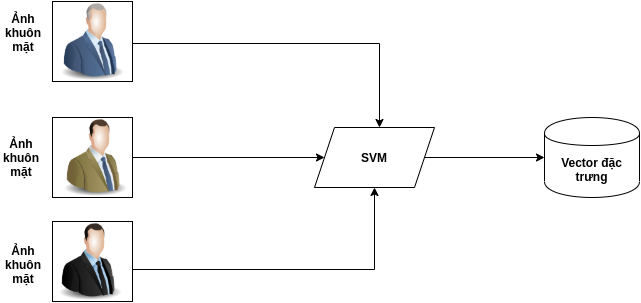
Linhnef/pythonProject keeps this draw.io diagram as SVM_al.png. Above is the earlier version. Source tidied: cells renumbered, new cells last; positions are measured from the earlier drawing's top-left corner, leaving out a move shared by most shapes.
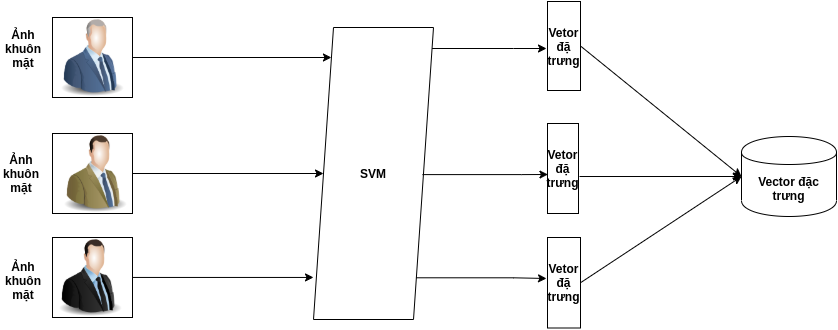
After the commit.

Change to the diagram source:
```diff
@@ -11,12 +11,8 @@
     <mxCell id="4" style="image;html=1;image=img/lib/clip_art/people/Suit_Man_Blue_128x128.png;" parent="1" vertex="1">
       <mxGeometry x="51" width="80" height="80" as="geometry" />
     </mxCell>
-    <mxCell id="5" style="edgeStyle=orthogonalEdgeStyle;rounded=0;jettySize=auto;html=1;entryX=0.5;entryY=1;entryDx=0;entryDy=0;" parent="1" edge="1" source="6" target="12">
-      <mxGeometry relative="1" as="geometry">
-        <Array as="points">
-          <mxPoint x="373" y="268" />
-        </Array>
-      </mxGeometry>
+    <mxCell id="5" style="edgeStyle=orthogonalEdgeStyle;rounded=0;jettySize=auto;html=1;entryX=0;entryY=0.856;entryDx=0;entryDy=0;entryPerimeter=0;" parent="1" edge="1" source="6" target="12">
+      <mxGeometry relative="1" as="geometry" />
     </mxCell>
     <mxCell id="6" style="whiteSpace=wrap;html=1;fillColor=none;" parent="1" vertex="1">
       <mxGeometry x="51" y="220" width="80" height="80" as="geometry" />
@@ -37,14 +33,19 @@
     <mxCell id="10" style="whiteSpace=wrap;html=1;fillColor=none;" parent="1" vertex="1">
       <mxGeometry x="51" width="80" height="80" as="geometry" />
     </mxCell>
-    <mxCell id="11" style="edgeStyle=orthogonalEdgeStyle;rounded=0;jettySize=auto;html=1;" parent="1" edge="1" source="12" target="13">
-      <mxGeometry relative="1" as="geometry" />
-    </mxCell>
+    <mxCell id="17" style="edgeStyle=orthogonalEdgeStyle;rounded=0;jettySize=auto;html=1;" parent="1" edge="1" source="12">
+      <mxGeometry relative="1" as="geometry">
+        <mxPoint x="545" y="31" as="targetPoint" />
+        <Array as="points">
+          <mxPoint x="512" y="31" />
+        </Array>
+      </mxGeometry>
+    </mxCell>
     <mxCell id="12" value="&lt;b&gt;SVM&lt;/b&gt;" style="shape=parallelogram;perimeter=parallelogramPerimeter;whiteSpace=wrap;html=1;fixedSize=1;fillColor=none;" parent="1" vertex="1">
-      <mxGeometry x="313" y="126" width="120" height="60" as="geometry" />
+      <mxGeometry x="312" y="10" width="120" height="292" as="geometry" />
     </mxCell>
     <mxCell id="13" value="&lt;b&gt;Vector đặc trưng&lt;/b&gt;" style="shape=cylinder;whiteSpace=wrap;html=1;boundedLbl=1;backgroundOutline=1;fillColor=none;" parent="1" vertex="1">
-      <mxGeometry x="543" y="116" width="95" height="80" as="geometry" />
+      <mxGeometry x="740" y="119" width="95" height="80" as="geometry" />
     </mxCell>
     <mxCell id="14" value="&lt;b&gt;Ảnh khuôn mặt&lt;/b&gt;" style="text;html=1;strokeColor=none;fillColor=none;align=center;verticalAlign=middle;whiteSpace=wrap;rounded=0;" parent="1" vertex="1">
       <mxGeometry x="2" y="21" width="40" height="20" as="geometry" />
@@ -55,5 +56,41 @@
     <mxCell id="16" value="&lt;b&gt;Ảnh khuôn mặt&lt;/b&gt;" style="text;html=1;strokeColor=none;fillColor=none;align=center;verticalAlign=middle;whiteSpace=wrap;rounded=0;" parent="1" vertex="1">
       <mxGeometry x="2" y="253" width="40" height="20" as="geometry" />
     </mxCell>
+    <mxCell id="18" value="&lt;b&gt;Vetor đặ trưng&lt;/b&gt;" style="rounded=0;whiteSpace=wrap;html=1;fillColor=none;" parent="1" vertex="1">
+      <mxGeometry x="546" y="-16" width="33" height="89" as="geometry" />
+    </mxCell>
+    <mxCell id="19" style="edgeStyle=orthogonalEdgeStyle;rounded=0;orthogonalLoop=1;jettySize=auto;html=1;exitX=0.908;exitY=0.538;exitDx=0;exitDy=0;exitPerimeter=0;" parent="1" edge="1">
+      <mxGeometry relative="1" as="geometry">
+        <mxPoint x="421" y="157.1" as="sourcePoint" />
+        <mxPoint x="546.4" y="157" as="targetPoint" />
+        <Array as="points">
+          <mxPoint x="520" y="157" />
+          <mxPoint x="520" y="157" />
+        </Array>
+      </mxGeometry>
+    </mxCell>
+    <mxCell id="20" value="&lt;b&gt;Vetor đặ trưng&lt;/b&gt;" style="rounded=0;whiteSpace=wrap;html=1;fillColor=none;" parent="1" vertex="1">
+      <mxGeometry x="546" y="106" width="31" height="90" as="geometry" />
+    </mxCell>
+    <mxCell id="21" style="edgeStyle=orthogonalEdgeStyle;rounded=0;jettySize=auto;html=1;exitX=1;exitY=1;exitDx=0;exitDy=0;" parent="1" edge="1" source="12">
+      <mxGeometry relative="1" as="geometry">
+        <mxPoint x="545" y="261" as="targetPoint" />
+        <Array as="points">
+          <mxPoint x="512" y="260" />
+        </Array>
+      </mxGeometry>
+    </mxCell>
+    <mxCell id="22" value="&lt;b&gt;Vetor đặ trưng&lt;/b&gt;" style="rounded=0;whiteSpace=wrap;html=1;fillColor=none;" parent="1" vertex="1">
+      <mxGeometry x="546" y="220" width="33" height="90.5" as="geometry" />
+    </mxCell>
+    <mxCell id="23" style="endArrow=classic;html=1;entryX=0;entryY=0.5;entryDx=0;entryDy=0;exitX=1;exitY=0.5;exitDx=0;exitDy=0;" parent="1" edge="1" source="18" target="13">
+      <mxGeometry relative="1" as="geometry" />
+    </mxCell>
+    <mxCell id="24" style="endArrow=classic;html=1;entryX=0;entryY=0.5;entryDx=0;entryDy=0;exitX=1.032;exitY=0.589;exitDx=0;exitDy=0;exitPerimeter=0;" parent="1" edge="1" source="20" target="13">
+      <mxGeometry relative="1" as="geometry" />
+    </mxCell>
+    <mxCell id="25" style="endArrow=classic;html=1;exitX=1;exitY=0.5;exitDx=0;exitDy=0;entryX=0;entryY=0.5;entryDx=0;entryDy=0;" parent="1" edge="1" source="22" target="13">
+      <mxGeometry relative="1" as="geometry" />
+    </mxCell>
   </root>
 </mxGraphModel>
```
